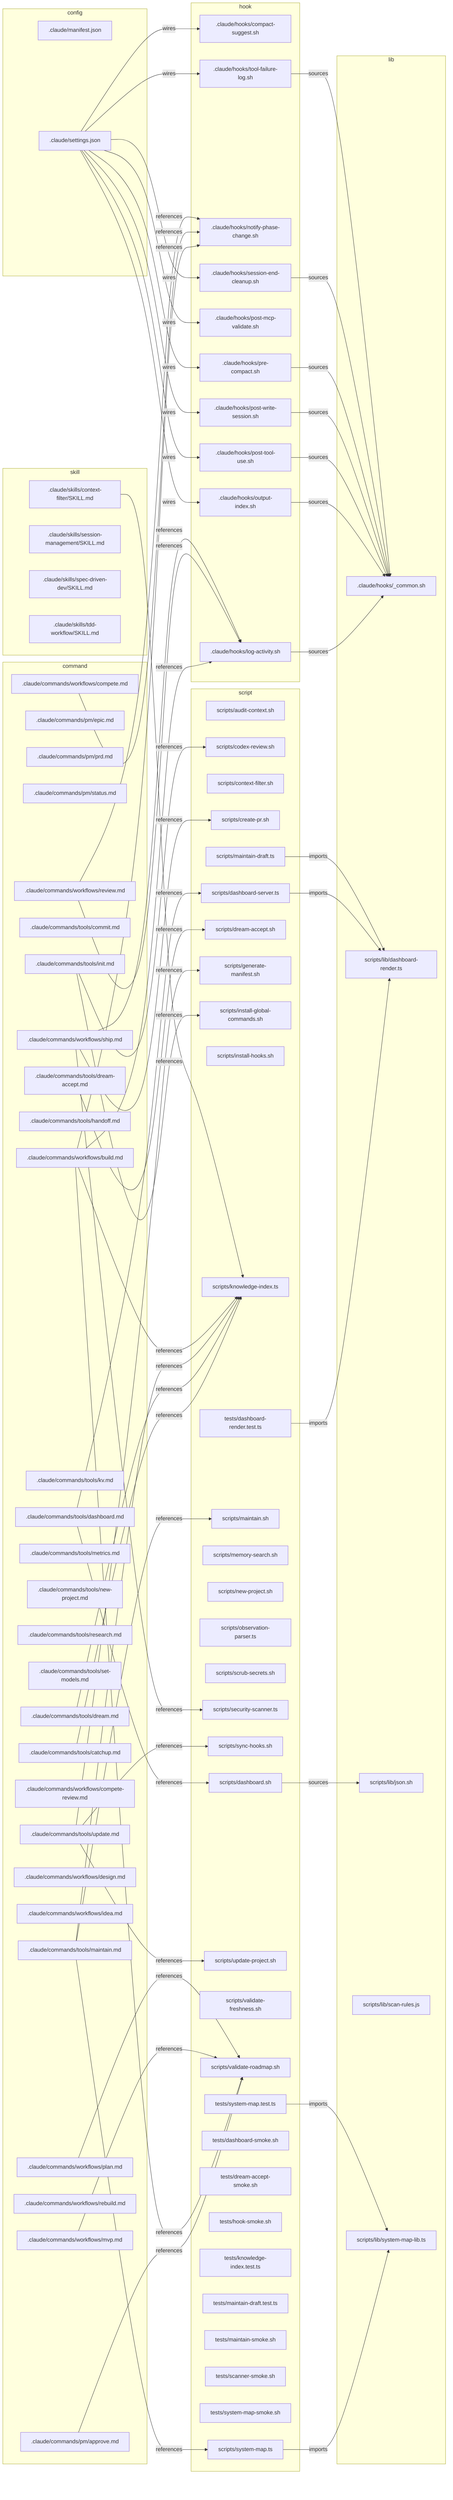
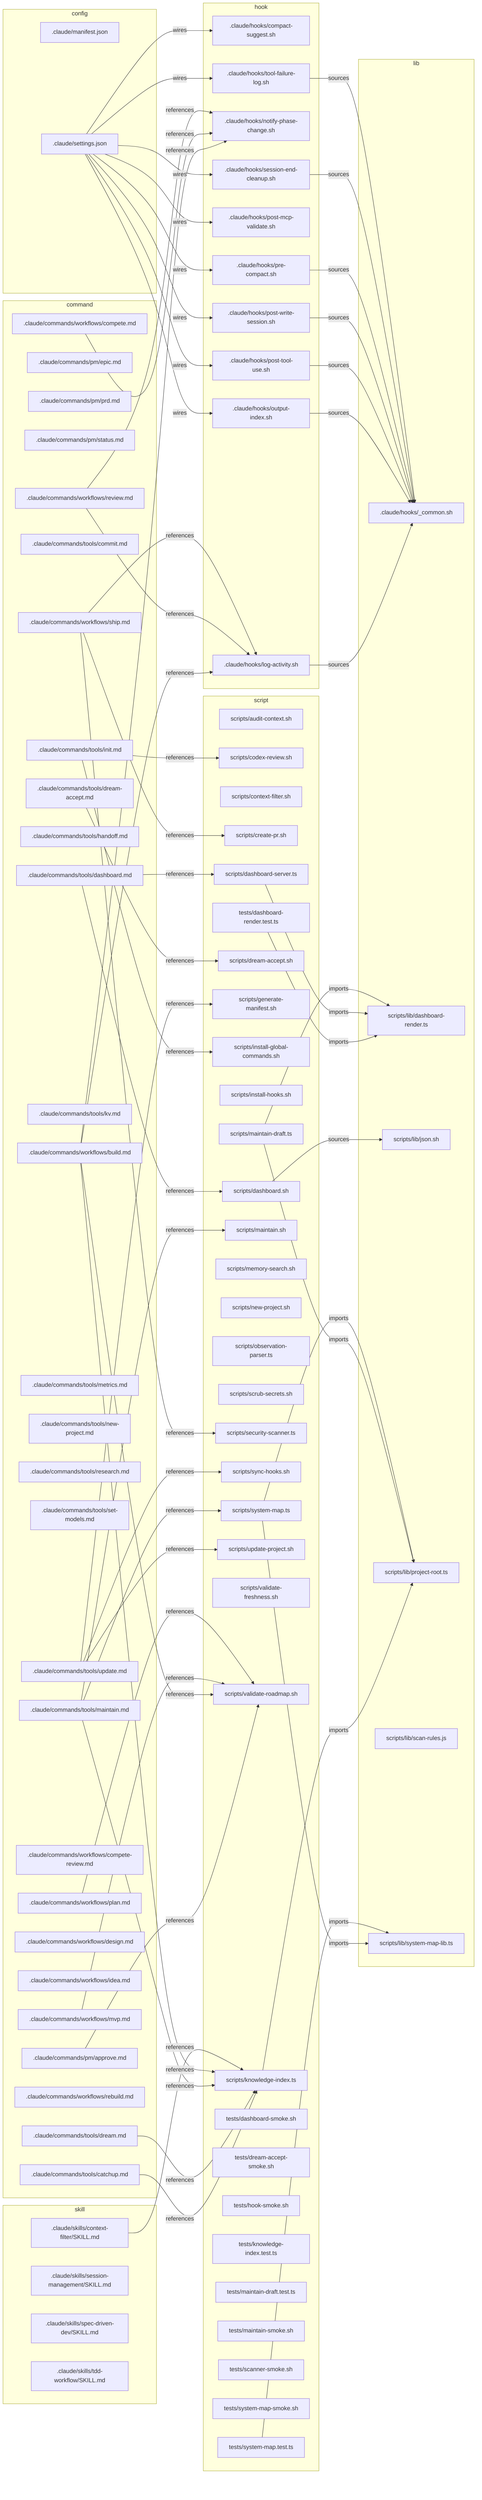
flowchart LR
  subgraph command
    c_pm_approve[".claude/commands/pm/approve.md"]
    c_pm_epic[".claude/commands/pm/epic.md"]
    c_pm_prd[".claude/commands/pm/prd.md"]
    c_pm_status[".claude/commands/pm/status.md"]
    c_tools_catchup[".claude/commands/tools/catchup.md"]
    c_tools_commit[".claude/commands/tools/commit.md"]
    c_tools_dashboard[".claude/commands/tools/dashboard.md"]
    c_tools_dream_accept[".claude/commands/tools/dream-accept.md"]
    c_tools_dream[".claude/commands/tools/dream.md"]
    c_tools_handoff[".claude/commands/tools/handoff.md"]
    c_tools_init[".claude/commands/tools/init.md"]
    c_tools_kv[".claude/commands/tools/kv.md"]
    c_tools_maintain[".claude/commands/tools/maintain.md"]
    c_tools_metrics[".claude/commands/tools/metrics.md"]
    c_tools_new_project[".claude/commands/tools/new-project.md"]
    c_tools_research[".claude/commands/tools/research.md"]
    c_tools_set_models[".claude/commands/tools/set-models.md"]
    c_tools_update[".claude/commands/tools/update.md"]
    c_workflows_build[".claude/commands/workflows/build.md"]
    c_workflows_compete_review[".claude/commands/workflows/compete-review.md"]
    c_workflows_compete[".claude/commands/workflows/compete.md"]
    c_workflows_design[".claude/commands/workflows/design.md"]
    c_workflows_idea[".claude/commands/workflows/idea.md"]
    c_workflows_mvp[".claude/commands/workflows/mvp.md"]
    c_workflows_plan[".claude/commands/workflows/plan.md"]
    c_workflows_rebuild[".claude/commands/workflows/rebuild.md"]
    c_workflows_review[".claude/commands/workflows/review.md"]
    c_workflows_ship[".claude/commands/workflows/ship.md"]
  end
  subgraph config
    cfg_manifest[".claude/manifest.json"]
    cfg_settings[".claude/settings.json"]
  end
  subgraph hook
    h_compact_suggest[".claude/hooks/compact-suggest.sh"]
    h_log_activity[".claude/hooks/log-activity.sh"]
    h_notify_phase_change[".claude/hooks/notify-phase-change.sh"]
    h_output_index[".claude/hooks/output-index.sh"]
    h_post_mcp_validate[".claude/hooks/post-mcp-validate.sh"]
    h_post_tool_use[".claude/hooks/post-tool-use.sh"]
    h_post_write_session[".claude/hooks/post-write-session.sh"]
    h_pre_compact[".claude/hooks/pre-compact.sh"]
    h_session_end_cleanup[".claude/hooks/session-end-cleanup.sh"]
    h_tool_failure_log[".claude/hooks/tool-failure-log.sh"]
  end
  subgraph lib
    l_common[".claude/hooks/_common.sh"]
    l_dashboard_render["scripts/lib/dashboard-render.ts"]
    l_json["scripts/lib/json.sh"]
+     l_project_root["scripts/lib/project-root.ts"]
    l_scan_rules["scripts/lib/scan-rules.js"]
    l_system_map_lib["scripts/lib/system-map-lib.ts"]
  end
  subgraph script
    s_audit_context["scripts/audit-context.sh"]
    s_codex_review["scripts/codex-review.sh"]
    s_context_filter["scripts/context-filter.sh"]
    s_create_pr["scripts/create-pr.sh"]
    s_dashboard_server["scripts/dashboard-server.ts"]
    s_dashboard["scripts/dashboard.sh"]
    s_dream_accept["scripts/dream-accept.sh"]
    s_generate_manifest["scripts/generate-manifest.sh"]
    s_install_global_commands["scripts/install-global-commands.sh"]
    s_install_hooks["scripts/install-hooks.sh"]
    s_knowledge_index["scripts/knowledge-index.ts"]
    s_maintain_draft["scripts/maintain-draft.ts"]
    s_maintain["scripts/maintain.sh"]
    s_memory_search["scripts/memory-search.sh"]
    s_new_project["scripts/new-project.sh"]
    s_observation_parser["scripts/observation-parser.ts"]
    s_scrub_secrets["scripts/scrub-secrets.sh"]
    s_security_scanner["scripts/security-scanner.ts"]
    s_sync_hooks["scripts/sync-hooks.sh"]
    s_system_map["scripts/system-map.ts"]
    s_update_project["scripts/update-project.sh"]
    s_validate_freshness["scripts/validate-freshness.sh"]
    s_validate_roadmap["scripts/validate-roadmap.sh"]
    s_dashboard_render_test["tests/dashboard-render.test.ts"]
    s_dashboard_smoke["tests/dashboard-smoke.sh"]
    s_dream_accept_smoke["tests/dream-accept-smoke.sh"]
    s_hook_smoke["tests/hook-smoke.sh"]
    s_knowledge_index_test["tests/knowledge-index.test.ts"]
    s_maintain_draft_test["tests/maintain-draft.test.ts"]
    s_maintain_smoke["tests/maintain-smoke.sh"]
    s_scanner_smoke["tests/scanner-smoke.sh"]
    s_system_map_smoke["tests/system-map-smoke.sh"]
    s_system_map_test["tests/system-map.test.ts"]
  end
  subgraph skill
    sk_context_filter_skill[".claude/skills/context-filter/SKILL.md"]
    sk_session_management_skill[".claude/skills/session-management/SKILL.md"]
    sk_spec_driven_dev_skill[".claude/skills/spec-driven-dev/SKILL.md"]
    sk_tdd_workflow_skill[".claude/skills/tdd-workflow/SKILL.md"]
  end
  c_pm_approve -->|references| s_validate_roadmap
  c_tools_catchup -->|references| s_knowledge_index
  c_tools_dashboard -->|references| s_dashboard
  c_tools_dashboard -->|references| s_dashboard_server
  c_tools_dream -->|references| s_knowledge_index
  c_tools_dream_accept -->|references| s_dream_accept
  c_tools_init -->|references| s_codex_review
  c_tools_init -->|references| s_install_global_commands
  c_tools_maintain -->|references| s_knowledge_index
  c_tools_maintain -->|references| s_maintain
  c_tools_maintain -->|references| s_system_map
  c_tools_update -->|references| s_generate_manifest
  c_tools_update -->|references| s_sync_hooks
  c_tools_update -->|references| s_update_project
  c_workflows_build -->|references| h_log_activity
  c_workflows_build -->|references| h_notify_phase_change
  c_workflows_build -->|references| s_knowledge_index
  c_workflows_build -->|references| s_validate_roadmap
  c_workflows_compete -->|references| h_notify_phase_change
  c_workflows_mvp -->|references| s_validate_roadmap
  c_workflows_plan -->|references| s_validate_roadmap
  c_workflows_review -->|references| h_log_activity
  c_workflows_review -->|references| h_notify_phase_change
  c_workflows_ship -->|references| h_log_activity
  c_workflows_ship -->|references| s_create_pr
  c_workflows_ship -->|references| s_security_scanner
  cfg_settings -->|wires| h_compact_suggest
  cfg_settings -->|wires| h_output_index
  cfg_settings -->|wires| h_post_mcp_validate
  cfg_settings -->|wires| h_post_tool_use
  cfg_settings -->|wires| h_post_write_session
  cfg_settings -->|wires| h_pre_compact
  cfg_settings -->|wires| h_session_end_cleanup
  cfg_settings -->|wires| h_tool_failure_log
  h_log_activity -->|sources| l_common
  h_output_index -->|sources| l_common
  h_post_tool_use -->|sources| l_common
  h_post_write_session -->|sources| l_common
  h_pre_compact -->|sources| l_common
  h_session_end_cleanup -->|sources| l_common
  h_tool_failure_log -->|sources| l_common
  s_dashboard -->|sources| l_json
  s_dashboard_render_test -->|imports| l_dashboard_render
  s_dashboard_server -->|imports| l_dashboard_render
+   s_knowledge_index -->|imports| l_project_root
  s_maintain_draft -->|imports| l_dashboard_render
+   s_maintain_draft -->|imports| l_project_root
+   s_system_map -->|imports| l_project_root
  s_system_map -->|imports| l_system_map_lib
  s_system_map_test -->|imports| l_system_map_lib
  sk_context_filter_skill -->|references| s_knowledge_index
